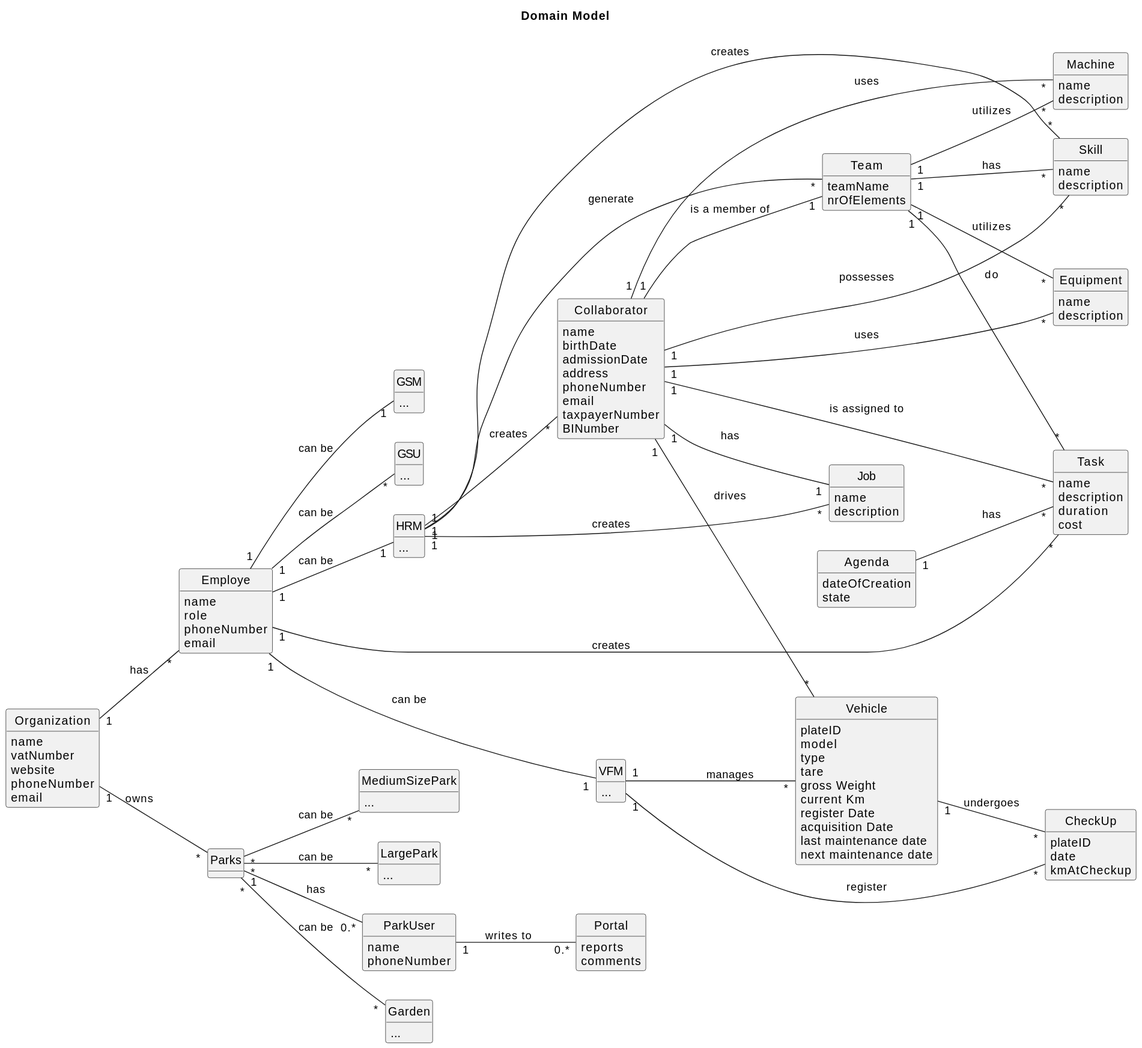
The PlantUML diagram docs/sprintA/global-artifacts/02.analysis/svg/project-domain-model-Domain_Model.svg in Departamento-de-Engenharia-Informatica/greenspace-management, before a commit.
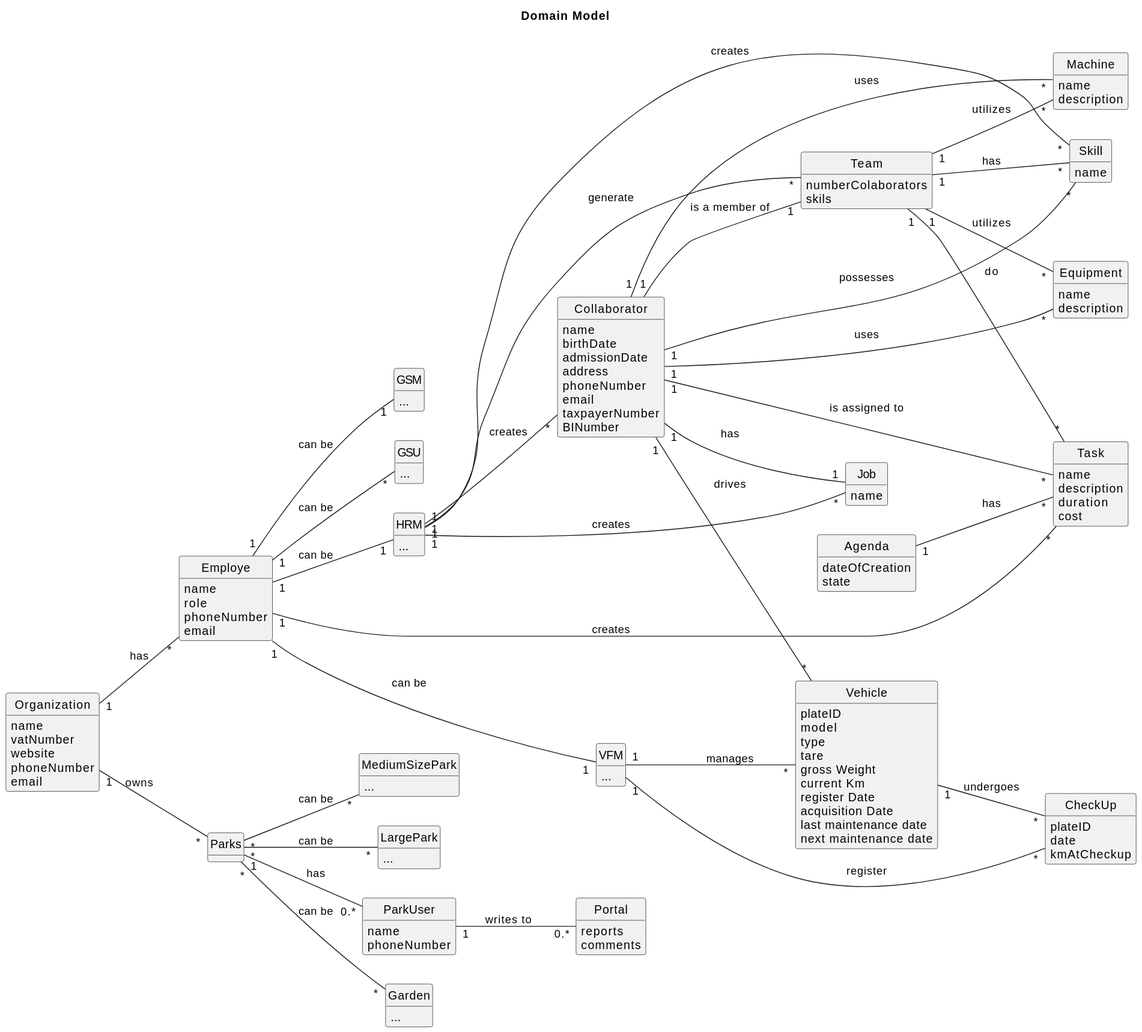
The same diagram one commit later.

The edit, as a diff of the source:
```diff
@@ -116,17 +116,15 @@
 
 class Job {
     name
-    description
 }
 
 class Team {
-    teamName
-    nrOfElements
+    numberColaborators
+    skils
 }
 
 class Skill {
     name
-    description
 }
 
 class ParkUser {
```
